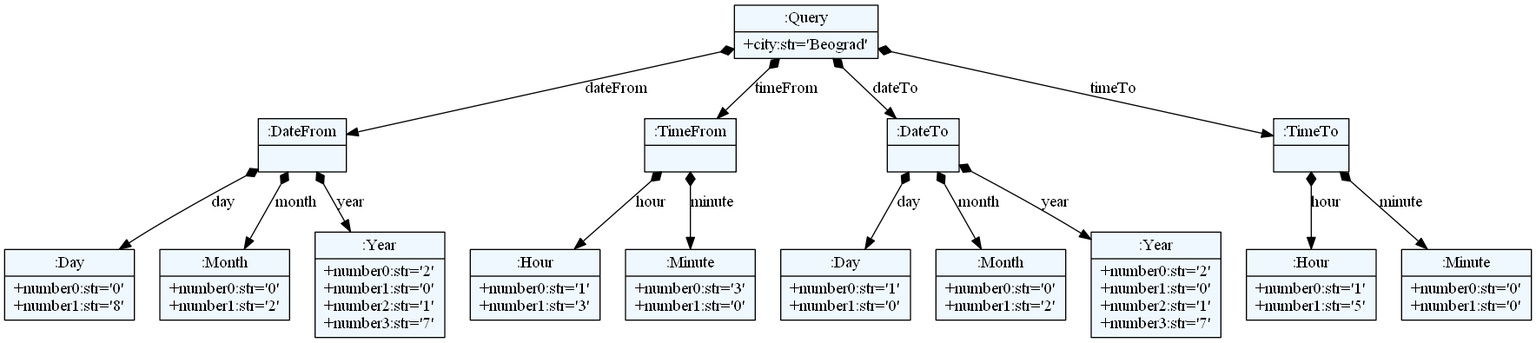
The Graphviz diagram textXGrammar/test.png in ftnE2-tim1-2016-17/jsd, before a commit. Its source is kept beside it as textXGrammar/test.dot.
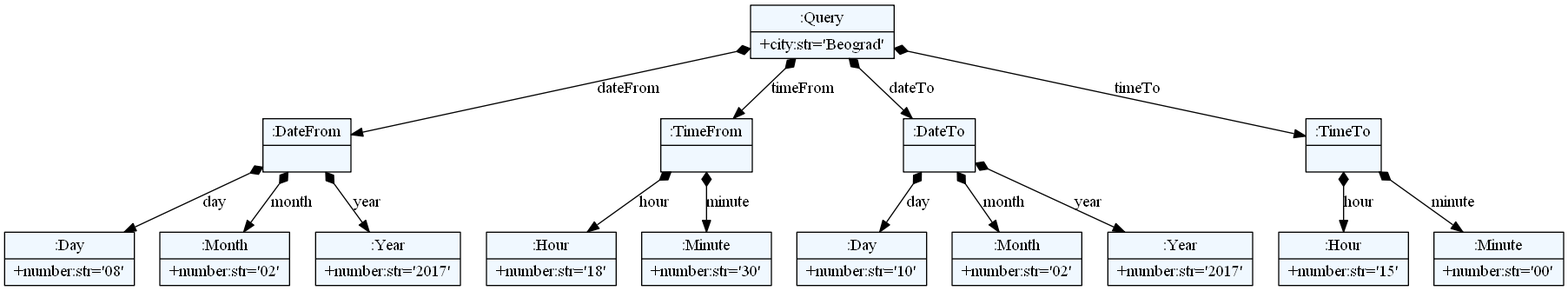
Above is the later version.

The edit, as a diff of the source:
```diff
@@ -10,34 +10,34 @@
     edge[dir=black,arrowtail=empty]
 
 
-57199312 -> 57158768 [label="dateFrom" arrowtail=diamond dir=both]
-57158768 -> 57158480 [label="day" arrowtail=diamond dir=both]
-57158480[label="{:Day|+number0:str='0'\l+number1:str='8'\l}"]
-57158768 -> 57158448 [label="month" arrowtail=diamond dir=both]
-57158448[label="{:Month|+number0:str='0'\l+number1:str='2'\l}"]
-57158768 -> 57159248 [label="year" arrowtail=diamond dir=both]
-57159248[label="{:Year|+number0:str='2'\l+number1:str='0'\l+number2:str='1'\l+number3:str='7'\l}"]
-57158768[label="{:DateFrom|}"]
-57199312 -> 57158800 [label="timeFrom" arrowtail=diamond dir=both]
-57158800 -> 57159216 [label="hour" arrowtail=diamond dir=both]
-57159216[label="{:Hour|+number0:str='1'\l+number1:str='3'\l}"]
-57158800 -> 57158288 [label="minute" arrowtail=diamond dir=both]
-57158288[label="{:Minute|+number0:str='3'\l+number1:str='0'\l}"]
-57158800[label="{:TimeFrom|}"]
-57199312 -> 57157456 [label="dateTo" arrowtail=diamond dir=both]
-57157456 -> 57158256 [label="day" arrowtail=diamond dir=both]
-57158256[label="{:Day|+number0:str='1'\l+number1:str='0'\l}"]
-57157456 -> 57157072 [label="month" arrowtail=diamond dir=both]
-57157072[label="{:Month|+number0:str='0'\l+number1:str='2'\l}"]
-57157456 -> 57157040 [label="year" arrowtail=diamond dir=both]
-57157040[label="{:Year|+number0:str='2'\l+number1:str='0'\l+number2:str='1'\l+number3:str='7'\l}"]
-57157456[label="{:DateTo|}"]
-57199312 -> 57155888 [label="timeTo" arrowtail=diamond dir=both]
-57155888 -> 57158512 [label="hour" arrowtail=diamond dir=both]
-57158512[label="{:Hour|+number0:str='1'\l+number1:str='5'\l}"]
-57155888 -> 57159664 [label="minute" arrowtail=diamond dir=both]
-57159664[label="{:Minute|+number0:str='0'\l+number1:str='0'\l}"]
-57155888[label="{:TimeTo|}"]
-57199312[label="{:Query|+city:str='Beograd'\l}"]
+58640080 -> 58639088 [label="dateFrom" arrowtail=diamond dir=both]
+58639088 -> 58640400 [label="day" arrowtail=diamond dir=both]
+58640400[label="{:Day|+number:str='08'\l}"]
+58639088 -> 58640432 [label="month" arrowtail=diamond dir=both]
+58640432[label="{:Month|+number:str='02'\l}"]
+58639088 -> 58640464 [label="year" arrowtail=diamond dir=both]
+58640464[label="{:Year|+number:str='2017'\l}"]
+58639088[label="{:DateFrom|}"]
+58640080 -> 58639696 [label="timeFrom" arrowtail=diamond dir=both]
+58639696 -> 58640560 [label="hour" arrowtail=diamond dir=both]
+58640560[label="{:Hour|+number:str='18'\l}"]
+58639696 -> 58640592 [label="minute" arrowtail=diamond dir=both]
+58640592[label="{:Minute|+number:str='30'\l}"]
+58639696[label="{:TimeFrom|}"]
+58640080 -> 58638992 [label="dateTo" arrowtail=diamond dir=both]
+58638992 -> 58640656 [label="day" arrowtail=diamond dir=both]
+58640656[label="{:Day|+number:str='10'\l}"]
+58638992 -> 58640688 [label="month" arrowtail=diamond dir=both]
+58640688[label="{:Month|+number:str='02'\l}"]
+58638992 -> 58640624 [label="year" arrowtail=diamond dir=both]
+58640624[label="{:Year|+number:str='2017'\l}"]
+58638992[label="{:DateTo|}"]
+58640080 -> 58640528 [label="timeTo" arrowtail=diamond dir=both]
+58640528 -> 58640784 [label="hour" arrowtail=diamond dir=both]
+58640784[label="{:Hour|+number:str='15'\l}"]
+58640528 -> 58640816 [label="minute" arrowtail=diamond dir=both]
+58640816[label="{:Minute|+number:str='00'\l}"]
+58640528[label="{:TimeTo|}"]
+58640080[label="{:Query|+city:str='Beograd'\l}"]
 
 }
```
